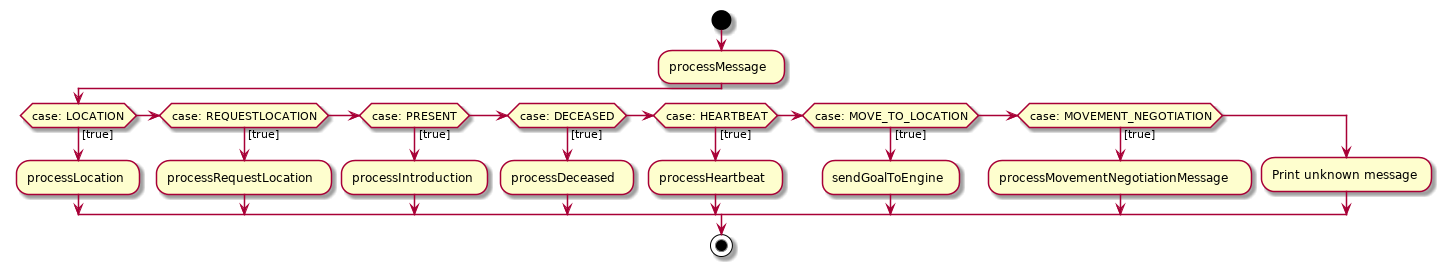
Above: Docs/DesignDocumenten/UML/out/Communication/activity/processMessage/processMessage.png in mauriceberentsen/Automated-Drone-Distribution-Network (PlantUML), before the change. Source of this version:
```plantuml
@startuml
|MeshCommunicator|
start
:processMessage;
if (case: LOCATION) then ([true])
:processLocation;
elseif (case: REQUESTLOCATION) then ([true])
:processRequestLocation;
elseif (case: PRESENT) then ([true])
:processIntroduction;
elseif (case: DECEASED) then ([true])
:processDeceased;
elseif (case: HEARTBEAT) then ([true])
:processHeartbeat;
elseif (case: MOVE_TO_LOCATION) then ([true])
:sendGoalToEngine;
elseif (case: MOVEMENT_NEGOTIATION) then ([true])
:processMovementNegotiationMessage;
else
:Print unknown message;

endif



stop





@enduml
```
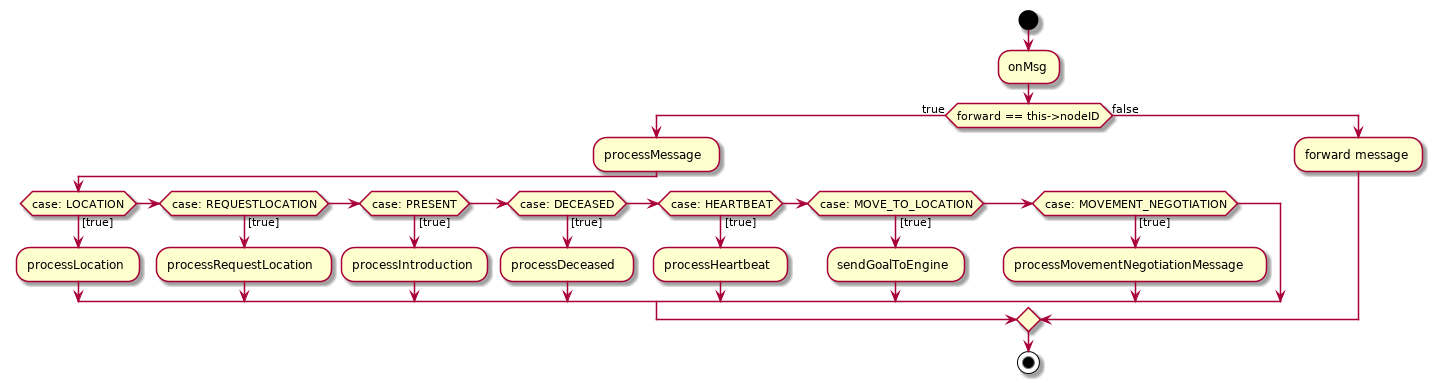
The same diagram one commit later.

The edit, as a diff of the source:
```diff
@@ -1,6 +1,8 @@
 @startuml
 |MeshCommunicator|
 start
+:onMsg;
+if(forward == this->nodeID) then (true)
 :processMessage;
 if (case: LOCATION) then ([true])
 :processLocation;
@@ -16,17 +18,9 @@
 :sendGoalToEngine;
 elseif (case: MOVEMENT_NEGOTIATION) then ([true])
 :processMovementNegotiationMessage;
-else
-:Print unknown message;
-
 endif
-
-
-
+else (false)
+:forward message;
+endif
 stop
-
-
-
-
-
 @enduml
```
